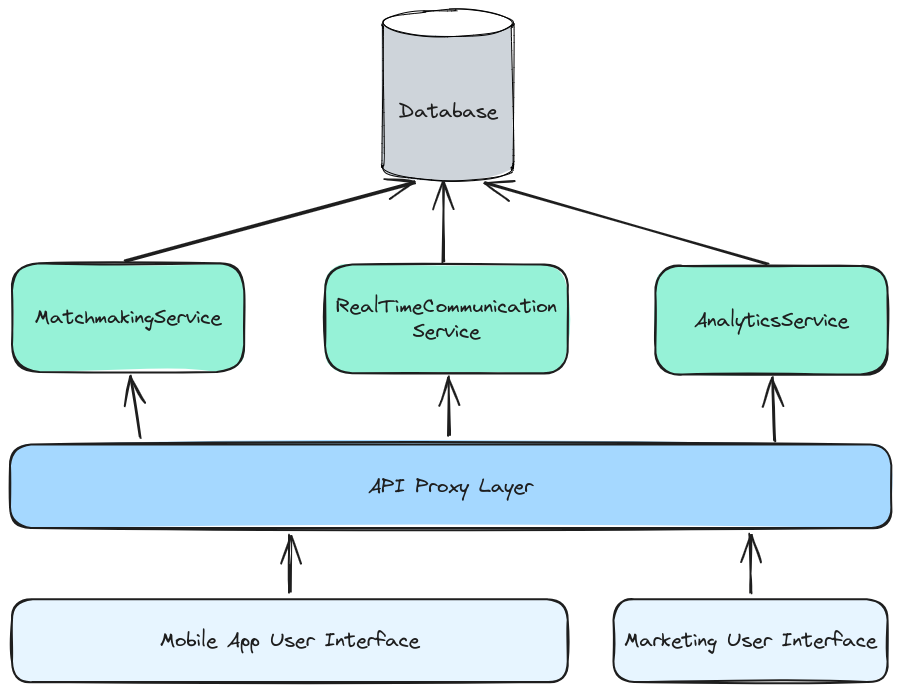
This is images/iteration-1/service-based-architecture.excalidraw.png from simonhammes/506-software-architecture, a Excalidraw export, as it was before one commit. Source tidied: one line per element, renumbered; positions are measured from the earlier drawing's top-left corner, leaving out a move shared by most shapes.
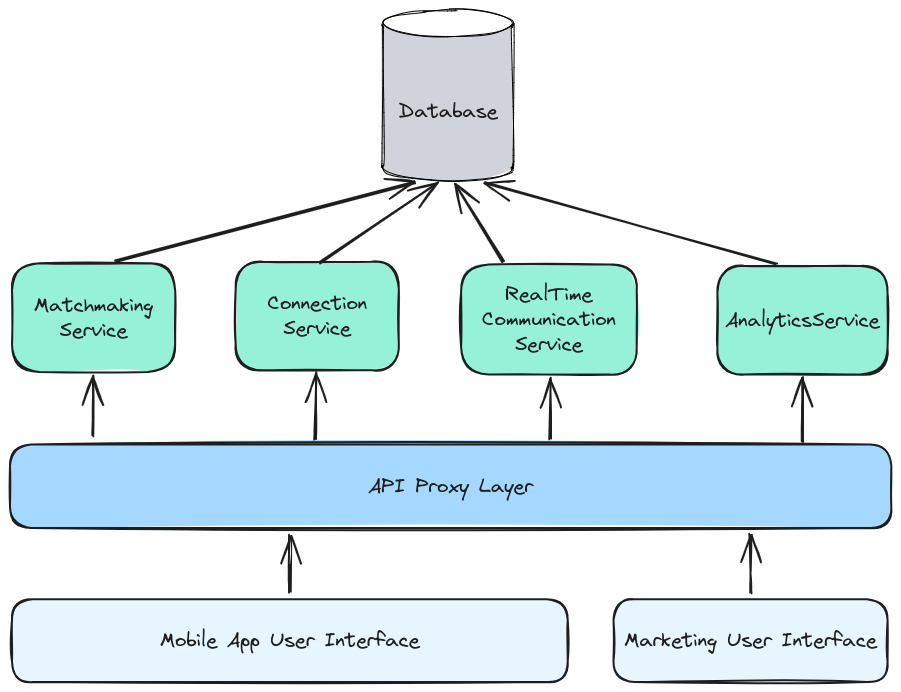
The same diagram one commit later.

What changed in the source:
```diff
@@ -1,23 +1,27 @@
 {"id": 0, "type": "line", "strokeColor": "#000000", "backgroundColor": "#ced4da", "fillStyle": "solid", "strokeWidth": 1, "roughness": 1, "round": true, "x": 372, "y": 15, "width": 131, "height": 169, "points": [[0, 0], [0, 128], [0, 142], [7, 148], [30, 154], [70, 155], [107, 153], [128, 146], [130, 141], [131, 129], [130, 11], [130, -1], [121, -7], [104, -10], [63, -13], [31, -12], [6, -5], [0, 0], [0, 0]]}
 {"id": 1, "type": "ellipse", "strokeColor": "#000000", "backgroundColor": "#fff", "fillStyle": "solid", "strokeWidth": 1, "roughness": 1, "x": 373, "y": 0, "width": 130, "height": 26}
-{"id": 2, "type": "rectangle", "strokeColor": "#1e1e1e", "backgroundColor": "#96f2d7", "fillStyle": "solid", "strokeWidth": 2, "roughness": 1, "round": true, "x": 2, "y": 253, "width": 232, "height": 109}
+{"id": 2, "type": "rectangle", "strokeColor": "#1e1e1e", "backgroundColor": "#96f2d7", "fillStyle": "solid", "strokeWidth": 2, "roughness": 1, "round": true, "x": 2, "y": 253, "width": 163, "height": 109}
-{"id": 3, "type": "text", "text": "MatchmakingService", "strokeColor": "#1e1e1e", "strokeWidth": 2, "roughness": 1, "fontSize": 20, "fontFamily": 1, "textAlign": "center", "verticalAlign": "middle", "inside": 2, "x": 25, "y": 295, "width": 187, "height": 25}
+{"id": 3, "type": "text", "text": "Matchmaking\nService", "strokeColor": "#1e1e1e", "strokeWidth": 2, "roughness": 1, "fontSize": 20, "fontFamily": 1, "textAlign": "center", "verticalAlign": "middle", "inside": 2, "x": 24, "y": 283, "width": 119, "height": 50}
+{"id": 23, "type": "rectangle", "strokeColor": "#1e1e1e", "backgroundColor": "#96f2d7", "fillStyle": "solid", "strokeWidth": 2, "roughness": 1, "round": true, "x": 226, "y": 252, "width": 163, "height": 109}
+{"id": 24, "type": "text", "text": "Connection\nService", "strokeColor": "#1e1e1e", "strokeWidth": 2, "roughness": 1, "fontSize": 20, "fontFamily": 1, "textAlign": "center", "verticalAlign": "middle", "inside": 23, "x": 257, "y": 281, "width": 100, "height": 50}
-{"id": 4, "type": "rectangle", "strokeColor": "#1e1e1e", "backgroundColor": "#96f2d7", "fillStyle": "solid", "strokeWidth": 2, "roughness": 1, "round": true, "x": 315, "y": 255, "width": 243, "height": 109}
+{"id": 4, "type": "rectangle", "strokeColor": "#1e1e1e", "backgroundColor": "#96f2d7", "fillStyle": "solid", "strokeWidth": 2, "roughness": 1, "round": true, "x": 451, "y": 255, "width": 176, "height": 110}
-{"id": 5, "type": "text", "text": "RealTimeCommunication\nService", "strokeColor": "#1e1e1e", "strokeWidth": 2, "roughness": 1, "fontSize": 20, "fontFamily": 1, "textAlign": "center", "verticalAlign": "middle", "inside": 4, "x": 326, "y": 284, "width": 221, "height": 50}
+{"id": 5, "type": "text", "text": "RealTime\nCommunication\nService", "strokeColor": "#1e1e1e", "strokeWidth": 2, "roughness": 1, "fontSize": 20, "fontFamily": 1, "textAlign": "center", "verticalAlign": "middle", "inside": 4, "x": 472, "y": 272, "width": 134, "height": 75}
-{"id": 6, "type": "rectangle", "strokeColor": "#1e1e1e", "backgroundColor": "#96f2d7", "fillStyle": "solid", "strokeWidth": 2, "roughness": 1, "round": true, "x": 645, "y": 256, "width": 232, "height": 109}
+{"id": 6, "type": "rectangle", "strokeColor": "#1e1e1e", "backgroundColor": "#96f2d7", "fillStyle": "solid", "strokeWidth": 2, "roughness": 1, "round": true, "x": 707, "y": 256, "width": 170, "height": 109}
-{"id": 7, "type": "text", "text": "AnalyticsService", "strokeColor": "#1e1e1e", "strokeWidth": 2, "roughness": 1, "fontSize": 20, "fontFamily": 1, "textAlign": "center", "verticalAlign": "middle", "inside": 6, "x": 684, "y": 298, "width": 155, "height": 25}
+{"id": 7, "type": "text", "text": "AnalyticsService", "strokeColor": "#1e1e1e", "strokeWidth": 2, "roughness": 1, "fontSize": 20, "fontFamily": 1, "textAlign": "center", "verticalAlign": "middle", "inside": 6, "x": 715, "y": 298, "width": 155, "height": 25}
 {"id": 8, "type": "rectangle", "strokeColor": "#1e1e1e", "backgroundColor": "#a5d8ff", "fillStyle": "solid", "strokeWidth": 2, "roughness": 1, "round": true, "x": 0, "y": 434, "width": 881, "height": 84}
 {"id": 9, "type": "text", "text": "API Proxy Layer", "strokeColor": "#1e1e1e", "strokeWidth": 2, "roughness": 1, "fontSize": 20, "fontFamily": 1, "textAlign": "center", "verticalAlign": "middle", "inside": 8, "x": 358, "y": 464, "width": 165, "height": 25}
-{"id": 10, "type": "arrow", "strokeColor": "#1e1e1e", "strokeWidth": 2, "roughness": 1, "endArrowhead": "arrow", "round": true, "from": 8, "to": 2, "x": 130, "y": 428, "width": 10, "height": 62, "points": [[0, 0], [-10, -62]]}
+{"id": 10, "type": "arrow", "strokeColor": "#1e1e1e", "strokeWidth": 2, "roughness": 1, "endArrowhead": "arrow", "round": true, "from": 8, "to": 2, "x": 82, "y": 427, "width": 0, "height": 60, "points": [[0, 0], [0, -60]]}
+{"id": 25, "type": "arrow", "strokeColor": "#1e1e1e", "strokeWidth": 2, "roughness": 1, "endArrowhead": "arrow", "round": true, "from": 8, "to": 23, "x": 305, "y": 429, "width": 0, "height": 66, "points": [[0, 0], [0, -66]]}
-{"id": 11, "type": "arrow", "strokeColor": "#1e1e1e", "strokeWidth": 2, "roughness": 1, "endArrowhead": "arrow", "round": true, "from": 8, "to": 4, "x": 439, "y": 425, "width": 1, "height": 58, "points": [[0, 0], [-1, -58]]}
+{"id": 11, "type": "arrow", "strokeColor": "#1e1e1e", "strokeWidth": 2, "roughness": 1, "endArrowhead": "arrow", "round": true, "from": 8, "to": 4, "x": 540, "y": 429, "width": 0, "height": 61, "points": [[0, 0], [0, -61]]}
-{"id": 12, "type": "arrow", "strokeColor": "#1e1e1e", "strokeWidth": 2, "roughness": 1, "endArrowhead": "arrow", "round": true, "from": 8, "to": 6, "x": 765, "y": 432, "width": 2, "height": 63, "points": [[0, 0], [-2, -63]]}
+{"id": 12, "type": "arrow", "strokeColor": "#1e1e1e", "strokeWidth": 2, "roughness": 1, "endArrowhead": "arrow", "round": true, "from": 8, "to": 6, "x": 792, "y": 433, "width": 0, "height": 64, "points": [[0, 0], [0, -64]]}
-{"id": 13, "type": "arrow", "strokeColor": "#1e1e1e", "strokeWidth": 2, "roughness": 1, "endArrowhead": "arrow", "round": true, "from": 2, "x": 115, "y": 252, "width": 290, "height": 80, "points": [[0, 0], [290, -80]]}
+{"id": 13, "type": "arrow", "strokeColor": "#1e1e1e", "strokeWidth": 2, "roughness": 1, "endArrowhead": "arrow", "round": true, "from": 2, "x": 105, "y": 252, "width": 299, "height": 80, "points": [[0, 0], [299, -80]]}
 {"id": 14, "type": "text", "text": "Database", "strokeColor": "#1e1e1e", "strokeWidth": 2, "roughness": 1, "fontSize": 20, "fontFamily": 1, "x": 389, "y": 89, "width": 99, "height": 25}
-{"id": 15, "type": "arrow", "strokeColor": "#1e1e1e", "strokeWidth": 2, "roughness": 1, "endArrowhead": "arrow", "round": true, "from": 4, "x": 433, "y": 253, "width": 0, "height": 80, "points": [[0, 0], [0, -80]]}
+{"id": 15, "type": "arrow", "strokeColor": "#1e1e1e", "strokeWidth": 2, "roughness": 1, "endArrowhead": "arrow", "round": true, "from": 4, "x": 493, "y": 253, "width": 48, "height": 77, "points": [[0, 0], [-48, -77]]}
-{"id": 16, "type": "arrow", "strokeColor": "#1e1e1e", "strokeWidth": 2, "roughness": 1, "endArrowhead": "arrow", "round": true, "from": 6, "x": 758, "y": 253, "width": 283, "height": 80, "points": [[0, 0], [-283, -80]]}
+{"id": 16, "type": "arrow", "strokeColor": "#1e1e1e", "strokeWidth": 2, "roughness": 1, "endArrowhead": "arrow", "round": true, "from": 6, "x": 767, "y": 253, "width": 292, "height": 80, "points": [[0, 0], [-292, -80]]}
 {"id": 17, "type": "rectangle", "strokeColor": "#1e1e1e", "backgroundColor": "#e7f5ff", "fillStyle": "solid", "strokeWidth": 2, "roughness": 1, "round": true, "x": 2, "y": 589, "width": 556, "height": 83}
 {"id": 18, "type": "text", "text": "Mobile App User Interface", "strokeColor": "#1e1e1e", "strokeWidth": 2, "roughness": 1, "fontSize": 20, "fontFamily": 1, "textAlign": "center", "verticalAlign": "middle", "inside": 17, "x": 150, "y": 618, "width": 260, "height": 25}
 {"id": 19, "type": "rectangle", "strokeColor": "#1e1e1e", "backgroundColor": "#e7f5ff", "fillStyle": "solid", "strokeWidth": 2, "roughness": 1, "round": true, "x": 603, "y": 589, "width": 274, "height": 83}
 {"id": 20, "type": "text", "text": "Marketing User Interface", "strokeColor": "#1e1e1e", "backgroundColor": "#e7f5ff", "fillStyle": "solid", "strokeWidth": 2, "roughness": 1, "fontSize": 20, "fontFamily": 1, "textAlign": "center", "verticalAlign": "middle", "inside": 19, "x": 614, "y": 618, "width": 253, "height": 25}
 {"id": 21, "type": "arrow", "strokeColor": "#1e1e1e", "backgroundColor": "#e7f5ff", "fillStyle": "solid", "strokeWidth": 2, "roughness": 1, "endArrowhead": "arrow", "round": true, "x": 280, "y": 583, "width": 0, "height": 58, "points": [[0, 0], [0, -58]]}
 {"id": 22, "type": "arrow", "strokeColor": "#1e1e1e", "backgroundColor": "#e7f5ff", "fillStyle": "solid", "strokeWidth": 2, "roughness": 1, "endArrowhead": "arrow", "round": true, "x": 741, "y": 583, "width": 0, "height": 58, "points": [[0, 0], [0, -58]]}
+{"id": 26, "type": "arrow", "strokeColor": "#1e1e1e", "strokeWidth": 2, "roughness": 1, "endArrowhead": "arrow", "round": true, "x": 309, "y": 254, "width": 119, "height": 80, "points": [[0, 0], [119, -80]]}
```
